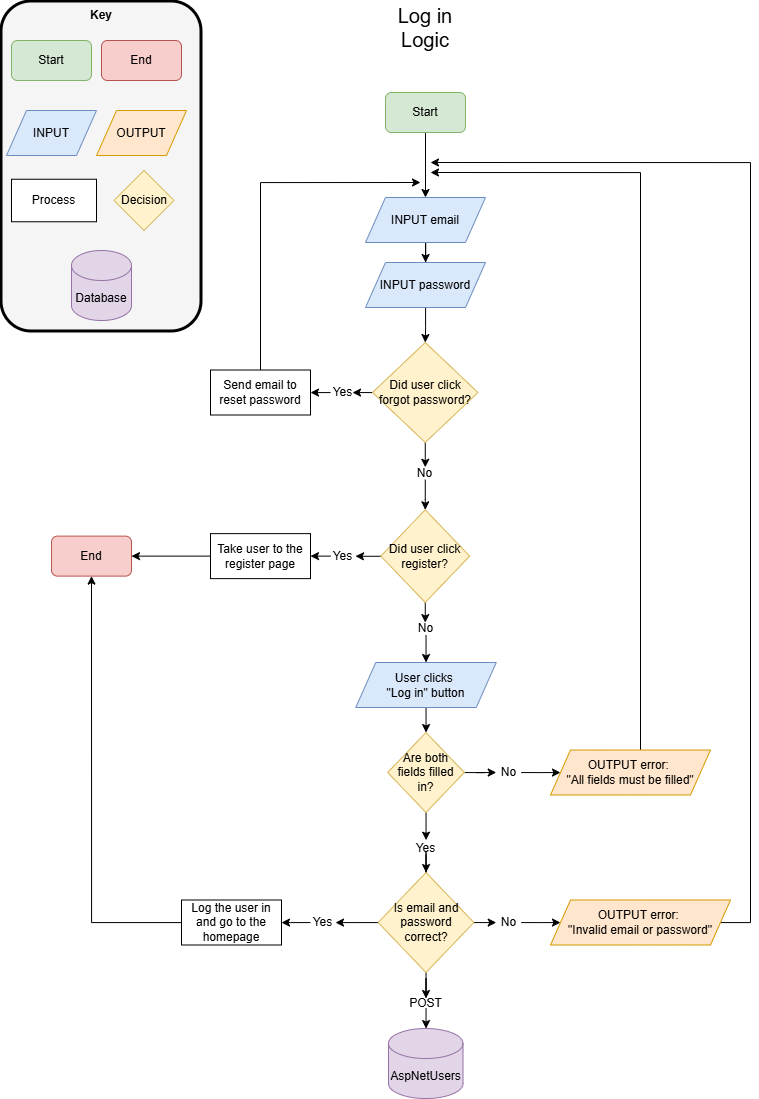
Earlier version of the draw.io export Task 1/Task 1b/Images/Algorithms/Login.drawio.png (Arabstyler451/ExamG). Source tidied: cells renumbered, new cells last; positions are measured from the earlier drawing's top-left corner, leaving out a move shared by most shapes.
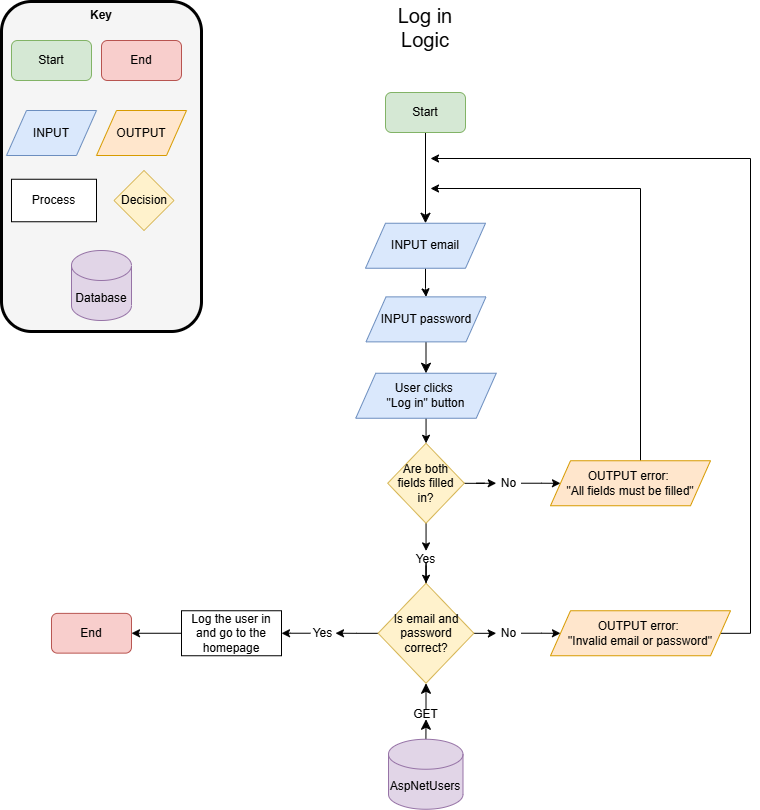
The same file after the commit.

What changed in the source:
```diff
@@ -8,7 +8,7 @@
     <mxCell id="3" value="&lt;font style=&quot;font-size: 20px;&quot;&gt;Log in&lt;/font&gt;&lt;div&gt;&lt;font style=&quot;font-size: 20px;&quot;&gt;Logic&lt;/font&gt;&lt;/div&gt;" style="text;html=1;whiteSpace=wrap;strokeColor=none;fillColor=none;align=center;verticalAlign=middle;rounded=0;" parent="1" vertex="1">
       <mxGeometry x="394" y="12" width="60" height="30" as="geometry" />
     </mxCell>
-    <mxCell id="4" style="edgeStyle=orthogonalEdgeStyle;rounded=0;jettySize=auto;html=1;" parent="1" edge="1" source="5" target="15">
+    <mxCell id="4" style="edgeStyle=none;curved=1;rounded=0;jettySize=auto;html=1;fontSize=12;startSize=8;endSize=8;" parent="1" edge="1" source="5" target="15">
       <mxGeometry relative="1" as="geometry" />
     </mxCell>
     <mxCell id="5" value="Start" style="rounded=1;whiteSpace=wrap;html=1;fillColor=#d5e8d4;strokeColor=#82b366;" parent="1" vertex="1">
@@ -42,81 +42,22 @@
       <mxGeometry relative="1" as="geometry" />
     </mxCell>
     <mxCell id="15" value="INPUT email" style="shape=parallelogram;perimeter=parallelogramPerimeter;whiteSpace=wrap;html=1;fixedSize=1;fillColor=#dae8fc;strokeColor=#6c8ebf;" parent="1" vertex="1">
-      <mxGeometry x="364" y="197" width="120" height="45" as="geometry" />
+      <mxGeometry x="364" y="222.8" width="120" height="45" as="geometry" />
     </mxCell>
-    <mxCell id="16" style="edgeStyle=orthogonalEdgeStyle;rounded=0;jettySize=auto;html=1;" parent="1" edge="1" source="17" target="20">
-      <mxGeometry relative="1" as="geometry" />
-    </mxCell>
+    <mxCell id="63" style="edgeStyle=none;curved=1;rounded=0;jettySize=auto;html=1;fontSize=12;startSize=8;endSize=8;" parent="1" edge="1" source="17" target="38">
+      <mxGeometry relative="1" as="geometry" />
+    </mxCell>
     <mxCell id="17" value="INPUT password" style="shape=parallelogram;perimeter=parallelogramPerimeter;whiteSpace=wrap;html=1;fixedSize=1;fillColor=#dae8fc;strokeColor=#6c8ebf;" parent="1" vertex="1">
-      <mxGeometry x="364" y="262" width="120" height="45" as="geometry" />
+      <mxGeometry x="364.5" y="296.4" width="120" height="45" as="geometry" />
     </mxCell>
-    <mxCell id="18" style="edgeStyle=orthogonalEdgeStyle;rounded=0;jettySize=auto;html=1;entryX=0.5;entryY=0;entryDx=0;entryDy=0;" parent="1" edge="1" source="20" target="22">
-      <mxGeometry relative="1" as="geometry" />
-    </mxCell>
-    <mxCell id="19" style="edgeStyle=orthogonalEdgeStyle;rounded=0;jettySize=auto;html=1;" parent="1" edge="1" source="20" target="29">
-      <mxGeometry relative="1" as="geometry" />
-    </mxCell>
-    <mxCell id="20" value="Did user click forgot password?" style="rhombus;whiteSpace=wrap;html=1;fillColor=#fff2cc;strokeColor=#d6b656;" parent="1" vertex="1">
-      <mxGeometry x="371" y="342" width="105.5" height="100" as="geometry" />
-    </mxCell>
-    <mxCell id="21" style="edgeStyle=orthogonalEdgeStyle;rounded=0;jettySize=auto;html=1;" parent="1" edge="1" source="22" target="25">
-      <mxGeometry relative="1" as="geometry" />
-    </mxCell>
-    <mxCell id="22" value="No" style="text;html=1;whiteSpace=wrap;strokeColor=none;fillColor=none;align=center;verticalAlign=middle;rounded=0;" parent="1" vertex="1">
-      <mxGeometry x="411.2" y="466.8" width="25" height="12.5" as="geometry" />
-    </mxCell>
-    <mxCell id="23" style="edgeStyle=orthogonalEdgeStyle;rounded=0;jettySize=auto;html=1;" parent="1" edge="1" source="25" target="27">
-      <mxGeometry relative="1" as="geometry" />
-    </mxCell>
-    <mxCell id="24" style="edgeStyle=orthogonalEdgeStyle;rounded=0;jettySize=auto;html=1;" parent="1" edge="1" source="25" target="35">
-      <mxGeometry relative="1" as="geometry" />
-    </mxCell>
-    <mxCell id="25" value="Did user click&lt;div&gt;&lt;span style=&quot;background-color: transparent; color: light-dark(rgb(0, 0, 0), rgb(255, 255, 255));&quot;&gt;register?&lt;/span&gt;&lt;/div&gt;" style="rhombus;whiteSpace=wrap;html=1;fillColor=#fff2cc;strokeColor=#d6b656;" parent="1" vertex="1">
-      <mxGeometry x="379.3" y="509.2" width="88.8" height="92.8" as="geometry" />
-    </mxCell>
-    <mxCell id="26" style="edgeStyle=orthogonalEdgeStyle;rounded=0;jettySize=auto;html=1;" parent="1" edge="1" source="27" target="38">
-      <mxGeometry relative="1" as="geometry" />
-    </mxCell>
-    <mxCell id="27" value="No" style="text;html=1;whiteSpace=wrap;strokeColor=none;fillColor=none;align=center;verticalAlign=middle;rounded=0;" parent="1" vertex="1">
-      <mxGeometry x="412" y="622" width="25" height="12.5" as="geometry" />
-    </mxCell>
-    <mxCell id="28" style="edgeStyle=orthogonalEdgeStyle;rounded=0;jettySize=auto;html=1;" parent="1" edge="1" source="29" target="31">
-      <mxGeometry relative="1" as="geometry" />
-    </mxCell>
-    <mxCell id="29" value="Yes" style="text;html=1;whiteSpace=wrap;strokeColor=none;fillColor=none;align=center;verticalAlign=middle;rounded=0;" parent="1" vertex="1">
-      <mxGeometry x="329" y="385.8" width="25" height="12.5" as="geometry" />
-    </mxCell>
-    <mxCell id="30" style="edgeStyle=orthogonalEdgeStyle;rounded=0;jettySize=auto;html=1;" parent="1" edge="1" source="31">
-      <mxGeometry relative="1" as="geometry">
-        <mxPoint x="419" y="182" as="targetPoint" />
-        <Array as="points">
-          <mxPoint x="259" y="182" />
-        </Array>
-      </mxGeometry>
-    </mxCell>
-    <mxCell id="31" value="Send email to reset password" style="rounded=0;whiteSpace=wrap;html=1;" parent="1" vertex="1">
-      <mxGeometry x="209" y="369.5" width="100" height="45" as="geometry" />
-    </mxCell>
-    <mxCell id="32" style="edgeStyle=orthogonalEdgeStyle;rounded=0;jettySize=auto;html=1;" parent="1" edge="1" source="33" target="36">
-      <mxGeometry relative="1" as="geometry" />
-    </mxCell>
-    <mxCell id="33" value="Take user to the register page" style="rounded=0;whiteSpace=wrap;html=1;" parent="1" vertex="1">
-      <mxGeometry x="209" y="533.1" width="100" height="45" as="geometry" />
-    </mxCell>
-    <mxCell id="34" style="edgeStyle=orthogonalEdgeStyle;rounded=0;jettySize=auto;html=1;" parent="1" edge="1" source="35" target="33">
-      <mxGeometry relative="1" as="geometry" />
-    </mxCell>
-    <mxCell id="35" value="Yes" style="text;html=1;whiteSpace=wrap;strokeColor=none;fillColor=none;align=center;verticalAlign=middle;rounded=0;" parent="1" vertex="1">
-      <mxGeometry x="329" y="549.4" width="25" height="12.5" as="geometry" />
-    </mxCell>
     <mxCell id="36" value="End" style="rounded=1;whiteSpace=wrap;html=1;fillColor=#f8cecc;strokeColor=#b85450;" parent="1" vertex="1">
-      <mxGeometry x="50" y="535.6" width="80" height="40" as="geometry" />
+      <mxGeometry x="50" y="612.9" width="80" height="39.8" as="geometry" />
     </mxCell>
     <mxCell id="37" style="edgeStyle=orthogonalEdgeStyle;rounded=0;jettySize=auto;html=1;" parent="1" edge="1" source="38" target="41">
       <mxGeometry relative="1" as="geometry" />
     </mxCell>
     <mxCell id="38" value="User clicks&amp;nbsp;&lt;div&gt;&quot;Log in&quot; button&lt;/div&gt;" style="shape=parallelogram;perimeter=parallelogramPerimeter;whiteSpace=wrap;html=1;fixedSize=1;fillColor=#dae8fc;strokeColor=#6c8ebf;" parent="1" vertex="1">
-      <mxGeometry x="354.2" y="662" width="140.5" height="45" as="geometry" />
+      <mxGeometry x="354.2" y="372.8" width="140.5" height="45" as="geometry" />
     </mxCell>
     <mxCell id="39" style="edgeStyle=orthogonalEdgeStyle;rounded=0;jettySize=auto;html=1;entryX=0;entryY=0.5;entryDx=0;entryDy=0;" parent="1" edge="1" source="41" target="43">
       <mxGeometry relative="1" as="geometry" />
@@ -124,36 +65,37 @@
     <mxCell id="40" style="edgeStyle=orthogonalEdgeStyle;rounded=0;jettySize=auto;html=1;entryX=0.503;entryY=-0.188;entryDx=0;entryDy=0;entryPerimeter=0;" parent="1" edge="1" source="41" target="47">
       <mxGeometry relative="1" as="geometry">
         <Array as="points">
-          <mxPoint x="425" y="832" />
-          <mxPoint x="425" y="832" />
+          <mxPoint x="425" y="542.8" />
+          <mxPoint x="425" y="542.8" />
         </Array>
       </mxGeometry>
     </mxCell>
     <mxCell id="41" value="Are both fields filled in?" style="rhombus;whiteSpace=wrap;html=1;fillColor=#fff2cc;strokeColor=#d6b656;" parent="1" vertex="1">
-      <mxGeometry x="386.2" y="732" width="76.6" height="80" as="geometry" />
+      <mxGeometry x="386.2" y="442.8" width="76.6" height="80" as="geometry" />
     </mxCell>
     <mxCell id="42" style="edgeStyle=orthogonalEdgeStyle;rounded=0;jettySize=auto;html=1;" parent="1" edge="1" source="43" target="45">
       <mxGeometry relative="1" as="geometry" />
     </mxCell>
     <mxCell id="43" value="No" style="text;html=1;whiteSpace=wrap;strokeColor=none;fillColor=none;align=center;verticalAlign=middle;rounded=0;" parent="1" vertex="1">
-      <mxGeometry x="494.8" y="765.8" width="25" height="12.5" as="geometry" />
+      <mxGeometry x="494.8" y="476.5" width="25" height="12.5" as="geometry" />
     </mxCell>
     <mxCell id="44" style="edgeStyle=orthogonalEdgeStyle;rounded=0;jettySize=auto;html=1;" parent="1" edge="1" source="45">
       <mxGeometry relative="1" as="geometry">
-        <mxPoint x="429" y="172" as="targetPoint" />
+        <mxPoint x="429" y="188" as="targetPoint" />
         <Array as="points">
-          <mxPoint x="639" y="172" />
+          <mxPoint x="639" y="188" />
+          <mxPoint x="429" y="188" />
         </Array>
       </mxGeometry>
     </mxCell>
     <mxCell id="45" value="OUTPUT error:&amp;nbsp;&lt;div&gt;&quot;All fields must be filled&quot;&lt;/div&gt;" style="shape=parallelogram;perimeter=parallelogramPerimeter;whiteSpace=wrap;html=1;fixedSize=1;fillColor=#ffe6cc;strokeColor=#d79b00;" parent="1" vertex="1">
-      <mxGeometry x="549" y="749.5" width="160" height="45" as="geometry" />
+      <mxGeometry x="549" y="460.2" width="160" height="45" as="geometry" />
     </mxCell>
     <mxCell id="46" style="edgeStyle=orthogonalEdgeStyle;rounded=0;jettySize=auto;html=1;" parent="1" edge="1" source="47" target="51">
       <mxGeometry relative="1" as="geometry" />
     </mxCell>
     <mxCell id="47" value="Yes" style="text;html=1;whiteSpace=wrap;strokeColor=none;fillColor=none;align=center;verticalAlign=middle;rounded=0;" parent="1" vertex="1">
-      <mxGeometry x="412" y="842" width="25" height="12.5" as="geometry" />
+      <mxGeometry x="412" y="552.8" width="25" height="12.5" as="geometry" />
     </mxCell>
     <mxCell id="48" style="edgeStyle=orthogonalEdgeStyle;rounded=0;jettySize=auto;html=1;" parent="1" edge="1" source="51" target="53">
       <mxGeometry relative="1" as="geometry" />
@@ -161,50 +103,50 @@
     <mxCell id="49" style="edgeStyle=orthogonalEdgeStyle;rounded=0;jettySize=auto;html=1;" parent="1" edge="1" source="51" target="57">
       <mxGeometry relative="1" as="geometry" />
     </mxCell>
-    <mxCell id="50" style="edgeStyle=orthogonalEdgeStyle;rounded=0;jettySize=auto;html=1;entryX=0.5;entryY=0;entryDx=0;entryDy=0;" parent="1" edge="1" source="51" target="62">
-      <mxGeometry relative="1" as="geometry" />
-    </mxCell>
     <mxCell id="51" value="Is email and password correct?" style="rhombus;whiteSpace=wrap;html=1;fillColor=#fff2cc;strokeColor=#d6b656;" parent="1" vertex="1">
-      <mxGeometry x="376.6" y="872" width="95.8" height="100" as="geometry" />
+      <mxGeometry x="376.6" y="582.8" width="95.8" height="100" as="geometry" />
     </mxCell>
     <mxCell id="52" style="edgeStyle=orthogonalEdgeStyle;rounded=0;jettySize=auto;html=1;" parent="1" edge="1" source="53" target="55">
       <mxGeometry relative="1" as="geometry" />
     </mxCell>
     <mxCell id="53" value="No" style="text;html=1;whiteSpace=wrap;strokeColor=none;fillColor=none;align=center;verticalAlign=middle;rounded=0;" parent="1" vertex="1">
-      <mxGeometry x="494.8" y="915.8" width="25" height="12.5" as="geometry" />
+      <mxGeometry x="494.8" y="626.5" width="25" height="12.5" as="geometry" />
     </mxCell>
     <mxCell id="54" style="edgeStyle=orthogonalEdgeStyle;rounded=0;jettySize=auto;html=1;" parent="1" edge="1" source="55">
       <mxGeometry relative="1" as="geometry">
-        <mxPoint x="429" y="162" as="targetPoint" />
+        <mxPoint x="429" y="158" as="targetPoint" />
         <Array as="points">
-          <mxPoint x="749" y="922" />
-          <mxPoint x="749" y="162" />
+          <mxPoint x="749" y="633" />
+          <mxPoint x="749" y="158" />
         </Array>
       </mxGeometry>
     </mxCell>
     <mxCell id="55" value="OUTPUT error:&amp;nbsp;&lt;div&gt;&quot;Invalid email or password&quot;&lt;/div&gt;" style="shape=parallelogram;perimeter=parallelogramPerimeter;whiteSpace=wrap;html=1;fixedSize=1;fillColor=#ffe6cc;strokeColor=#d79b00;" parent="1" vertex="1">
-      <mxGeometry x="549" y="899.5" width="180" height="45" as="geometry" />
+      <mxGeometry x="549" y="610.2" width="180" height="45" as="geometry" />
     </mxCell>
     <mxCell id="56" style="edgeStyle=orthogonalEdgeStyle;rounded=0;jettySize=auto;html=1;" parent="1" edge="1" source="57" target="59">
       <mxGeometry relative="1" as="geometry" />
     </mxCell>
     <mxCell id="57" value="Yes" style="text;html=1;whiteSpace=wrap;strokeColor=none;fillColor=none;align=center;verticalAlign=middle;rounded=0;" parent="1" vertex="1">
-      <mxGeometry x="309" y="915.8" width="25" height="12.5" as="geometry" />
+      <mxGeometry x="309" y="626.5" width="25" height="12.5" as="geometry" />
     </mxCell>
-    <mxCell id="58" style="edgeStyle=orthogonalEdgeStyle;rounded=0;jettySize=auto;html=1;entryX=0.5;entryY=1;entryDx=0;entryDy=0;" parent="1" edge="1" source="59" target="36">
+    <mxCell id="58" style="edgeStyle=orthogonalEdgeStyle;rounded=0;jettySize=auto;html=1;entryX=1;entryY=0.5;entryDx=0;entryDy=0;" parent="1" edge="1" source="59" target="36">
       <mxGeometry relative="1" as="geometry" />
     </mxCell>
     <mxCell id="59" value="Log the user in and go to the homepage" style="rounded=0;whiteSpace=wrap;html=1;" parent="1" vertex="1">
-      <mxGeometry x="180" y="899.5" width="100" height="45" as="geometry" />
+      <mxGeometry x="180" y="610.2" width="100" height="45" as="geometry" />
     </mxCell>
+    <mxCell id="64" style="edgeStyle=none;curved=1;rounded=0;jettySize=auto;html=1;entryX=0.5;entryY=1;entryDx=0;entryDy=0;fontSize=12;startSize=8;endSize=8;" parent="1" edge="1" source="60" target="62">
+      <mxGeometry relative="1" as="geometry" />
+    </mxCell>
     <mxCell id="60" value="AspNetUsers" style="shape=cylinder3;whiteSpace=wrap;html=1;boundedLbl=1;backgroundOutline=1;size=15;fillColor=#e1d5e7;strokeColor=#9673a6;" parent="1" vertex="1">
-      <mxGeometry x="387" y="1028" width="74.5" height="70" as="geometry" />
+      <mxGeometry x="387" y="738.8" width="74.5" height="70" as="geometry" />
     </mxCell>
-    <mxCell id="61" style="edgeStyle=orthogonalEdgeStyle;rounded=0;jettySize=auto;html=1;" parent="1" edge="1" source="62" target="60">
-      <mxGeometry relative="1" as="geometry" />
-    </mxCell>
+    <mxCell id="65" style="edgeStyle=none;curved=1;rounded=0;jettySize=auto;html=1;fontSize=12;startSize=8;endSize=8;" parent="1" edge="1" source="62" target="51">
+      <mxGeometry relative="1" as="geometry" />
+    </mxCell>
-    <mxCell id="62" value="POST" style="text;html=1;whiteSpace=wrap;strokeColor=none;fillColor=none;align=center;verticalAlign=middle;rounded=0;" parent="1" vertex="1">
-      <mxGeometry x="406" y="998" width="37" height="10" as="geometry" />
+    <mxCell id="62" value="GET" style="text;html=1;whiteSpace=wrap;strokeColor=none;fillColor=none;align=center;verticalAlign=middle;rounded=0;" parent="1" vertex="1">
+      <mxGeometry x="406" y="708.8" width="37" height="10" as="geometry" />
     </mxCell>
   </root>
 </mxGraphModel>
```
